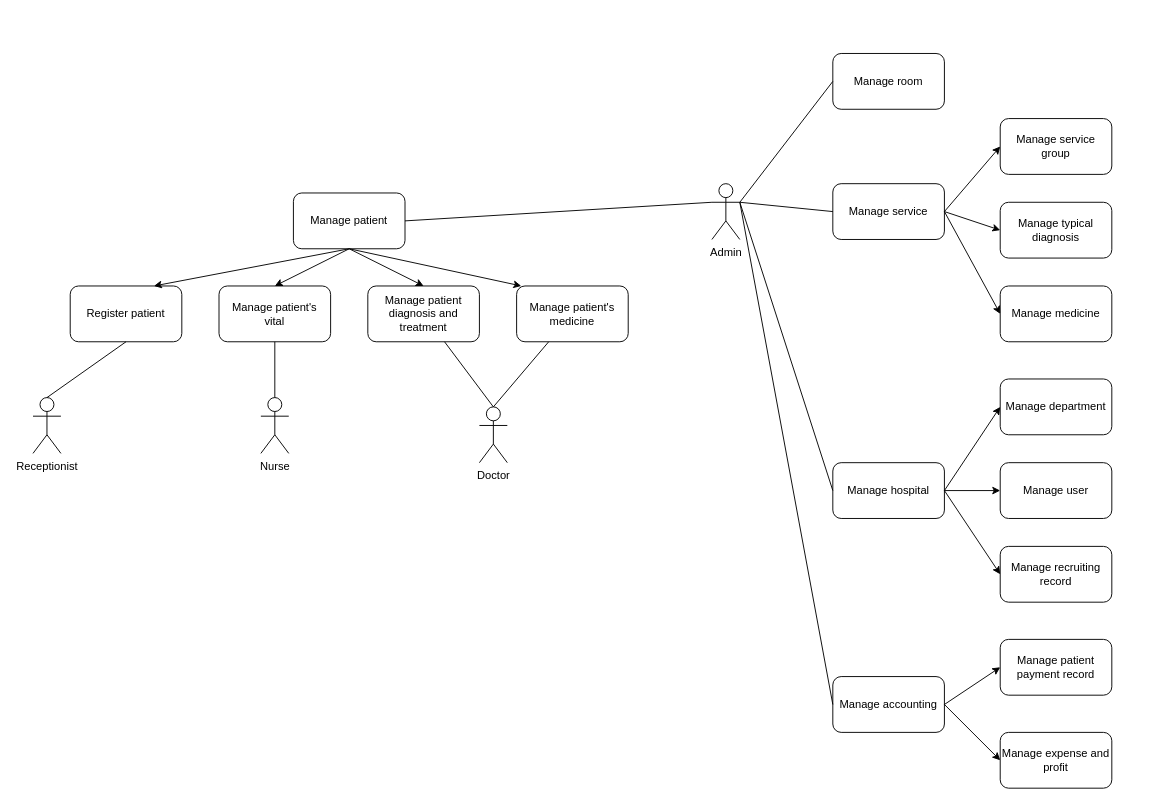
Earlier version of the draw.io diagram page "Page-1" (1 of 2) of Diagram/Use Case Diagram.drawio (hoanghieu2000a/HANU_Hospital). Source tidied: cells renumbered, new cells numbered last; positions are measured from the earlier drawing's top-left corner, leaving out a move shared by most shapes. Both pictures are drawn from the tidied source at 93%, with x=0, y=0 at pixel (33, 53).
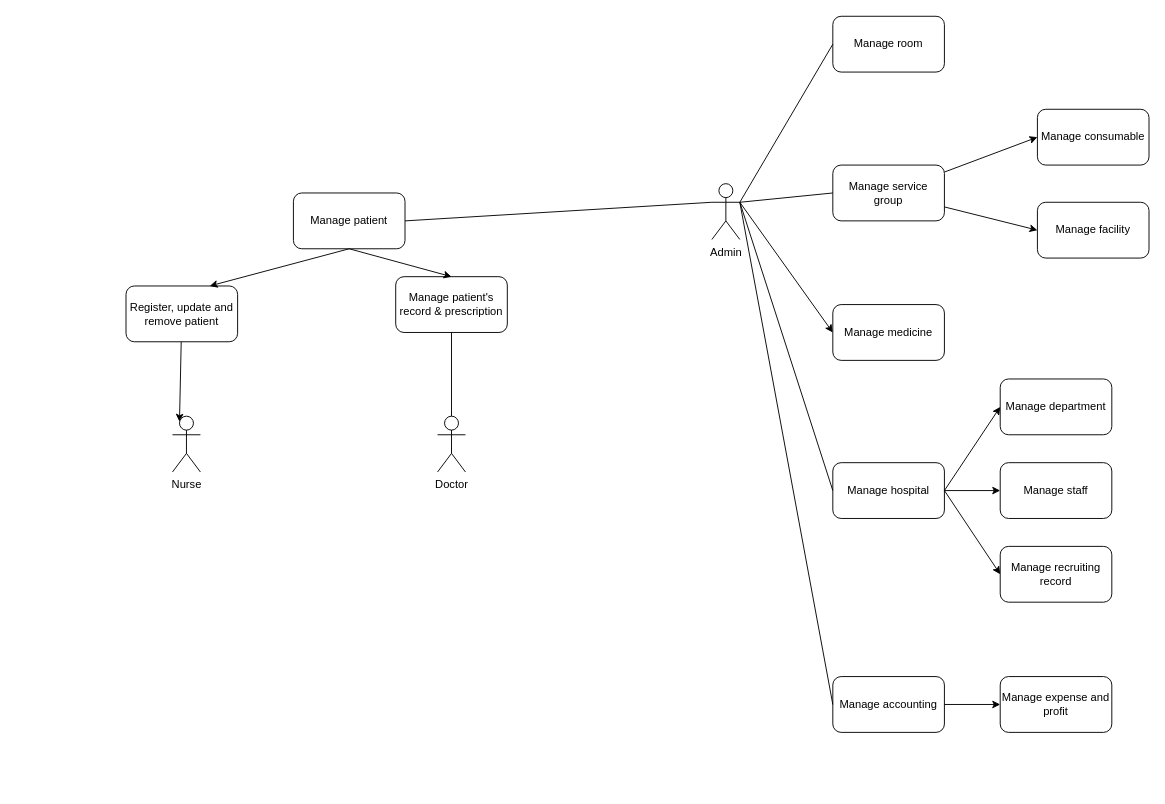
The same page after the edit.

Unchanged cells that the change refers to:
```xml
<mxCell id="2" value="Admin" style="shape=umlActor;verticalLabelPosition=bottom;verticalAlign=top;html=1;outlineConnect=0;" parent="1" vertex="1">
  <mxGeometry x="730" y="140" width="30" height="60" as="geometry" />
</mxCell>
<mxCell id="3" value="Manage patient" style="rounded=1;whiteSpace=wrap;html=1;" parent="1" vertex="1">
  <mxGeometry x="280" y="150" width="120" height="60" as="geometry" />
</mxCell>
<mxCell id="13" value="Manage accounting" style="rounded=1;whiteSpace=wrap;html=1;" parent="1" vertex="1">
  <mxGeometry x="860" y="670" width="120" height="60" as="geometry" />
</mxCell>
```

What changed in the source:
```diff
@@
+    <mxCell id="44" style="edgeStyle=none;rounded=0;jettySize=auto;html=1;entryX=0;entryY=0.5;entryDx=0;entryDy=0;" parent="1" edge="1" target="8">
+      <mxGeometry relative="1" as="geometry">
+        <mxPoint x="760" y="160" as="sourcePoint" />
+      </mxGeometry>
+    </mxCell>
@@
     <mxCell id="4" value="Manage room" style="rounded=1;whiteSpace=wrap;html=1;" parent="1" vertex="1">
-      <mxGeometry x="860" width="120" height="60" as="geometry" />
+      <mxGeometry x="860" y="-40" width="120" height="60" as="geometry" />
     </mxCell>
-    <mxCell id="5" value="Manage service" style="rounded=1;whiteSpace=wrap;html=1;" parent="1" vertex="1">
-      <mxGeometry x="860" y="140" width="120" height="60" as="geometry" />
-    </mxCell>
+    <mxCell id="45" style="edgeStyle=none;rounded=0;jettySize=auto;html=1;entryX=0;entryY=0.5;entryDx=0;entryDy=0;" parent="1" edge="1" source="6" target="48">
+      <mxGeometry relative="1" as="geometry" />
+    </mxCell>
+    <mxCell id="46" style="edgeStyle=none;rounded=0;jettySize=auto;html=1;entryX=0;entryY=0.5;entryDx=0;entryDy=0;" parent="1" edge="1" source="6" target="49">
+      <mxGeometry relative="1" as="geometry" />
+    </mxCell>
     <mxCell id="6" value="Manage service group" style="rounded=1;whiteSpace=wrap;html=1;" parent="1" vertex="1">
-      <mxGeometry x="1040" y="70" width="120" height="60" as="geometry" />
+      <mxGeometry x="860" y="120" width="120" height="60" as="geometry" />
     </mxCell>
-    <mxCell id="7" value="Manage typical diagnosis" style="rounded=1;whiteSpace=wrap;html=1;" parent="1" vertex="1">
-      <mxGeometry x="1040" y="160" width="120" height="60" as="geometry" />
-    </mxCell>
     <mxCell id="8" value="Manage medicine" style="rounded=1;whiteSpace=wrap;html=1;" parent="1" vertex="1">
-      <mxGeometry x="1040" y="250" width="120" height="60" as="geometry" />
+      <mxGeometry x="860" y="270" width="120" height="60" as="geometry" />
     </mxCell>
@@
-    <mxCell id="11" value="Manage user" style="rounded=1;whiteSpace=wrap;html=1;" parent="1" vertex="1">
+    <mxCell id="11" value="Manage staff" style="rounded=1;whiteSpace=wrap;html=1;" parent="1" vertex="1">
       <mxGeometry x="1040" y="440" width="120" height="60" as="geometry" />
     </mxCell>
@@
-    <mxCell id="14" value="Manage patient payment record" style="rounded=1;whiteSpace=wrap;html=1;" parent="1" vertex="1">
-      <mxGeometry x="1040" y="630" width="120" height="60" as="geometry" />
-    </mxCell>
     <mxCell id="15" value="Manage expense and profit" style="rounded=1;whiteSpace=wrap;html=1;" parent="1" vertex="1">
-      <mxGeometry x="1040" y="730" width="120" height="60" as="geometry" />
+      <mxGeometry x="1040" y="670" width="120" height="60" as="geometry" />
     </mxCell>
-    <mxCell id="16" value="Receptionist" style="shape=umlActor;verticalLabelPosition=bottom;verticalAlign=top;html=1;outlineConnect=0;" parent="1" vertex="1">
-      <mxGeometry y="370" width="30" height="60" as="geometry" />
-    </mxCell>
+    <mxCell id="47" style="edgeStyle=none;rounded=0;jettySize=auto;html=1;entryX=0.25;entryY=0.1;entryDx=0;entryDy=0;entryPerimeter=0;" parent="1" edge="1" source="17" target="18">
+      <mxGeometry relative="1" as="geometry" />
+    </mxCell>
-    <mxCell id="17" value="Register patient" style="rounded=1;whiteSpace=wrap;html=1;" parent="1" vertex="1">
-      <mxGeometry x="40" y="250" width="120" height="60" as="geometry" />
+    <mxCell id="17" value="Register, update and remove patient" style="rounded=1;whiteSpace=wrap;html=1;" parent="1" vertex="1">
+      <mxGeometry x="100" y="250" width="120" height="60" as="geometry" />
     </mxCell>
     <mxCell id="18" value="Nurse" style="shape=umlActor;verticalLabelPosition=bottom;verticalAlign=top;html=1;outlineConnect=0;" parent="1" vertex="1">
-      <mxGeometry x="245" y="370" width="30" height="60" as="geometry" />
+      <mxGeometry x="150" y="390" width="30" height="60" as="geometry" />
     </mxCell>
     <mxCell id="19" value="Doctor" style="shape=umlActor;verticalLabelPosition=bottom;verticalAlign=top;html=1;outlineConnect=0;" parent="1" vertex="1">
-      <mxGeometry x="480" y="380" width="30" height="60" as="geometry" />
+      <mxGeometry x="435" y="390" width="30" height="60" as="geometry" />
     </mxCell>
-    <mxCell id="20" value="&lt;div&gt;Manage patient's&lt;/div&gt;vital" style="rounded=1;whiteSpace=wrap;html=1;" parent="1" vertex="1">
-      <mxGeometry x="200" y="250" width="120" height="60" as="geometry" />
-    </mxCell>
-    <mxCell id="21" value="Manage patient diagnosis and treatment" style="rounded=1;whiteSpace=wrap;html=1;" parent="1" vertex="1">
-      <mxGeometry x="360" y="250" width="120" height="60" as="geometry" />
+    <mxCell id="21" value="Manage patient's record &amp;amp; prescription" style="rounded=1;whiteSpace=wrap;html=1;" parent="1" vertex="1">
+      <mxGeometry x="390" y="240" width="120" height="60" as="geometry" />
     </mxCell>
-    <mxCell id="22" value="Manage patient's medicine" style="rounded=1;whiteSpace=wrap;html=1;" parent="1" vertex="1">
-      <mxGeometry x="520" y="250" width="120" height="60" as="geometry" />
-    </mxCell>
@@
-    <mxCell id="25" style="endArrow=none;html=1;exitX=1;exitY=0.3333333333333333;exitDx=0;exitDy=0;exitPerimeter=0;entryX=0;entryY=0.5;entryDx=0;entryDy=0;" parent="1" edge="1" source="2" target="5">
+    <mxCell id="25" style="endArrow=none;html=1;exitX=1;exitY=0.3333333333333333;exitDx=0;exitDy=0;exitPerimeter=0;entryX=0;entryY=0.5;entryDx=0;entryDy=0;" parent="1" edge="1" source="2" target="6">
       <mxGeometry relative="1" as="geometry" />
     </mxCell>
@@
-    <mxCell id="29" style="endArrow=none;html=1;exitX=0.5;exitY=0;exitDx=0;exitDy=0;exitPerimeter=0;entryX=0.5;entryY=1;entryDx=0;entryDy=0;" parent="1" edge="1" source="18" target="20">
-      <mxGeometry relative="1" as="geometry" />
-    </mxCell>
-    <mxCell id="30" style="endArrow=none;html=1;entryX=0.5;entryY=1;entryDx=0;entryDy=0;exitX=0.5;exitY=0;exitDx=0;exitDy=0;exitPerimeter=0;" parent="1" edge="1" source="16" target="17">
-      <mxGeometry relative="1" as="geometry" />
-    </mxCell>
-    <mxCell id="31" style="endArrow=none;html=1;exitX=0.5;exitY=0;exitDx=0;exitDy=0;exitPerimeter=0;" parent="1" edge="1" source="19" target="22">
-      <mxGeometry relative="1" as="geometry" />
-    </mxCell>
@@
-    <mxCell id="33" style="endArrow=classic;html=1;entryX=0.5;entryY=0;entryDx=0;entryDy=0;" parent="1" edge="1" target="20">
-      <mxGeometry relative="1" as="geometry">
-        <mxPoint x="340" y="210" as="sourcePoint" />
-      </mxGeometry>
-    </mxCell>
@@
-    <mxCell id="35" style="endArrow=classic;html=1;entryX=0.042;entryY=0;entryDx=0;entryDy=0;exitX=0.5;exitY=1;exitDx=0;exitDy=0;entryPerimeter=0;" parent="1" edge="1" source="3" target="22">
-      <mxGeometry relative="1" as="geometry" />
-    </mxCell>
-    <mxCell id="36" style="endArrow=classic;html=1;entryX=0;entryY=0.5;entryDx=0;entryDy=0;exitX=1;exitY=0.5;exitDx=0;exitDy=0;" parent="1" edge="1" source="5" target="6">
-      <mxGeometry relative="1" as="geometry" />
-    </mxCell>
-    <mxCell id="37" style="endArrow=classic;html=1;entryX=0;entryY=0.5;entryDx=0;entryDy=0;exitX=1;exitY=0.5;exitDx=0;exitDy=0;" parent="1" edge="1" source="5" target="7">
-      <mxGeometry relative="1" as="geometry" />
-    </mxCell>
-    <mxCell id="38" style="endArrow=classic;html=1;entryX=0;entryY=0.5;entryDx=0;entryDy=0;exitX=1;exitY=0.5;exitDx=0;exitDy=0;" parent="1" edge="1" source="5" target="8">
-      <mxGeometry relative="1" as="geometry" />
-    </mxCell>
@@
-    <mxCell id="42" style="endArrow=classic;html=1;entryX=0;entryY=0.5;entryDx=0;entryDy=0;exitX=1;exitY=0.5;exitDx=0;exitDy=0;" parent="1" edge="1" source="13" target="14">
-      <mxGeometry relative="1" as="geometry" />
-    </mxCell>
@@
+    <mxCell id="48" value="Manage consumable" style="rounded=1;whiteSpace=wrap;html=1;" parent="1" vertex="1">
+      <mxGeometry x="1080" y="60" width="120" height="60" as="geometry" />
+    </mxCell>
+    <mxCell id="49" value="Manage facility" style="rounded=1;whiteSpace=wrap;html=1;" parent="1" vertex="1">
+      <mxGeometry x="1080" y="160" width="120" height="60" as="geometry" />
+    </mxCell>
```
